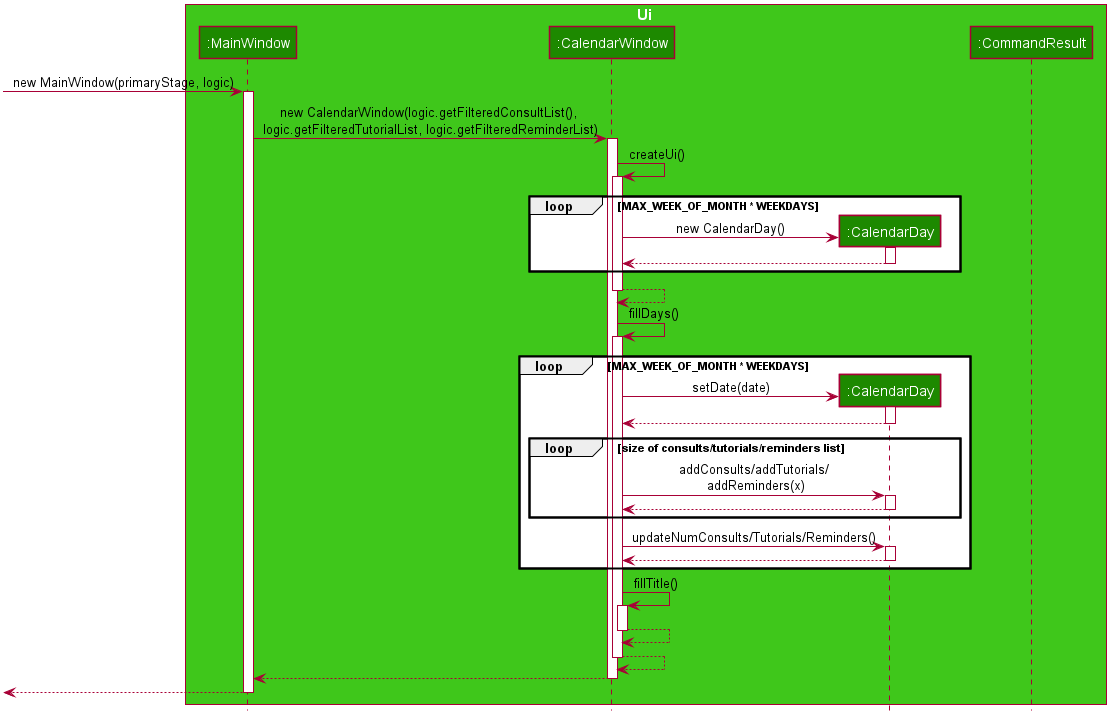
Earlier version of the PlantUML export docs/images/CalendarWindowSequenceDiagram.png (suwoons/main). The source it was exported from:
```plantuml
@startuml











skinparam BackgroundColor #FFFFFFF

skinparam Shadowing false

skinparam Class {
    FontColor #FFFFFF
    BorderThickness 1
    BorderColor #FFFFFF
    StereotypeFontColor #FFFFFF
    FontName Arial
}

skinparam Actor {
    BorderColor #000000
    Color #000000
    FontName Arial
}

skinparam Sequence {
    MessageAlign center
    BoxFontSize 15
    BoxPadding 0
    BoxFontColor #FFFFFF
    FontName Arial
}

skinparam Participant {
    FontColor #FFFFFFF
    Padding 20
}

skinparam MinClassWidth 50
skinparam ParticipantPadding 10
skinparam Shadowing false
skinparam DefaultTextAlignment center
skinparam packageStyle Rectangle

hide footbox
hide members
hide circle

box Ui #3FC71B
participant ":MainWindow" as MainWindow #1D8900
participant ":CalendarWindow" as CalendarWindow #1D8900
participant ":CalendarDay" as CalendarDay #1D8900
participant ":CommandResult" as CommandResult #1D8900
end box

[-> MainWindow : new MainWindow(primaryStage, logic)
activate MainWindow

MainWindow -> CalendarWindow : new CalendarWindow(logic.getFilteredConsultList(), \nlogic.getFilteredTutorialList, logic.getFilteredReminderList)
activate CalendarWindow

CalendarWindow -> CalendarWindow : createUi()
activate CalendarWindow

loop MAX_WEEK_OF_MONTH * WEEKDAYS
create CalendarDay
CalendarWindow -> CalendarDay :new CalendarDay()
activate CalendarDay
CalendarDay --> CalendarWindow
deactivate CalendarDay
end

CalendarWindow --> CalendarWindow
deactivate CalendarWindow

CalendarWindow -> CalendarWindow : fillDays()
activate CalendarWindow

loop MAX_WEEK_OF_MONTH * WEEKDAYS
create CalendarDay
CalendarWindow -> CalendarDay : setDate(date)
activate CalendarDay
CalendarDay --> CalendarWindow
deactivate CalendarDay

loop size of consults/tutorials/reminders list
CalendarWindow -> CalendarDay : addConsults/addTutorials/\n addReminders(x)
activate CalendarDay
CalendarDay --> CalendarWindow
deactivate CalendarDay

end
CalendarWindow -> CalendarDay: updateNumConsults/Tutorials/Reminders()
activate CalendarDay
CalendarDay --> CalendarWindow
deactivate CalendarDay
end

CalendarWindow -> CalendarWindow : fillTitle()
activate CalendarWindow
CalendarWindow --> CalendarWindow
deactivate CalendarWindow

CalendarWindow --> CalendarWindow
deactivate CalendarWindow

CalendarWindow --> MainWindow
deactivate CalendarWindow

[<-- MainWindow
deactivate MainWindow

@enduml
```
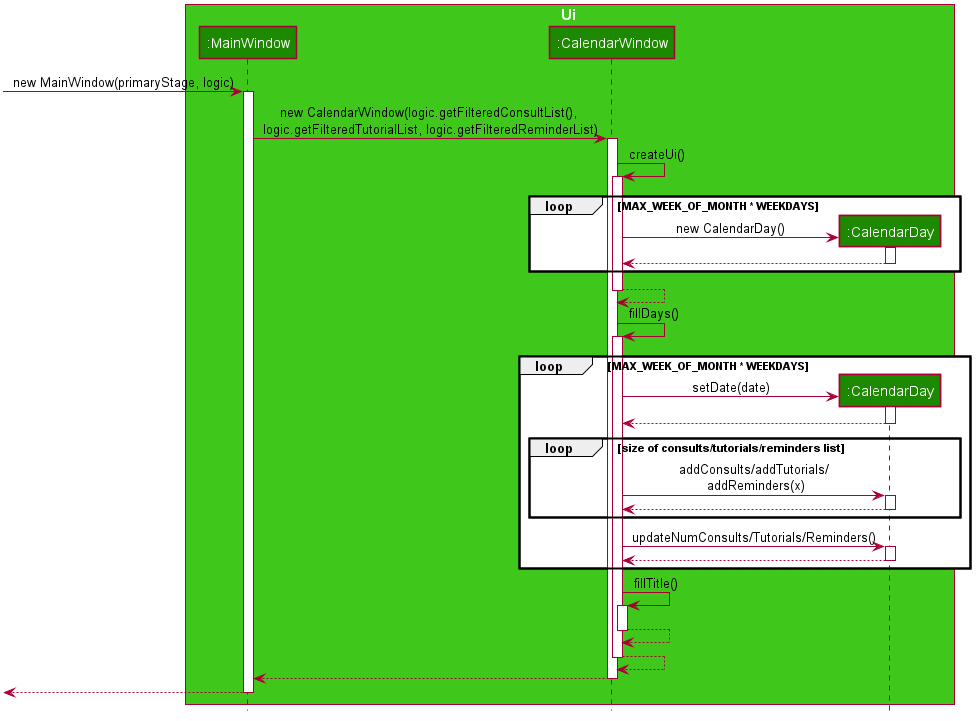
After the commit.

Commit message:
removed command result

Diff of the diagram source:
```diff
@@ -55,7 +55,6 @@
 participant ":MainWindow" as MainWindow #1D8900
 participant ":CalendarWindow" as CalendarWindow #1D8900
 participant ":CalendarDay" as CalendarDay #1D8900
-participant ":CommandResult" as CommandResult #1D8900
 end box
 
 [-> MainWindow : new MainWindow(primaryStage, logic)
```
